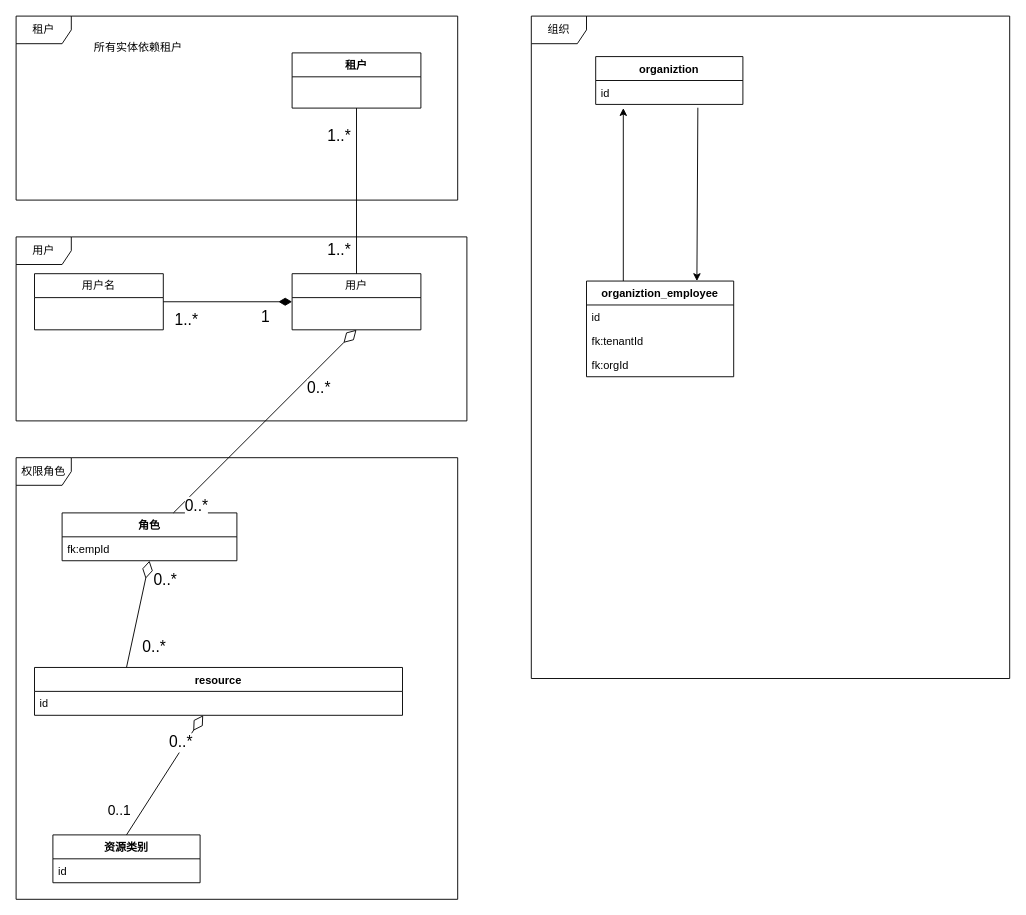
githubli97/ark keeps this draw.io diagram as 未命名绘图.drawio. Above is the earlier version. Source tidied: cells renumbered, new cells numbered last; positions are measured from the earlier drawing's top-left corner, leaving out a move shared by most shapes. Both pictures are drawn from the tidied source at 92%, with x=0, y=0 at pixel (16, 16).
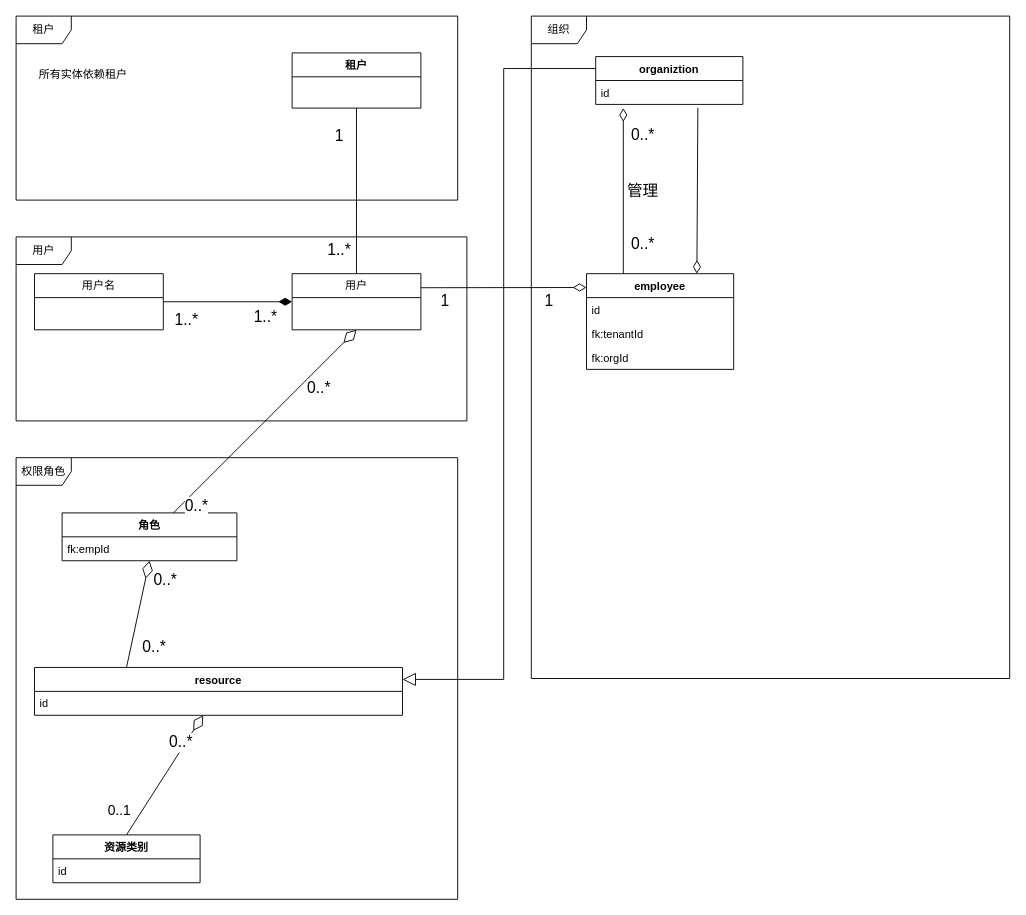
The same diagram, later.

The change refers to these unchanged cells:
```xml
<mxCell id="9" value="organiztion" style="swimlane;fontStyle=1;align=center;verticalAlign=top;horizontal=1;startSize=26;whiteSpace=wrap;html=1;" parent="1" vertex="1">
  <mxGeometry x="630" y="44" width="160" height="52" as="geometry" />
</mxCell>
<mxCell id="10" value="id" style="text;strokeColor=none;fillColor=none;align=left;verticalAlign=top;spacingLeft=4;spacingRight=4;overflow=hidden;points=[[0,0.5],[1,0.5]];portConstraint=eastwest;whiteSpace=wrap;html=1;" parent="9" vertex="1">
  <mxGeometry y="26" width="160" height="26" as="geometry" />
</mxCell>
<mxCell id="16" style="rounded=0;jettySize=auto;html=1;exitX=0.5;exitY=0;exitDx=0;exitDy=0;endArrow=none;endFill=0;startArrow=none;startFill=0;strokeWidth=1;targetPerimeterSpacing=0;endSize=12;startSize=12;entryX=0.5;entryY=1;entryDx=0;entryDy=0;" parent="1" edge="1" source="22" target="7">
  <mxGeometry relative="1" as="geometry" />
</mxCell>
<mxCell id="19" style="rounded=0;jettySize=auto;html=1;exitX=0;exitY=0.5;exitDx=0;exitDy=0;entryX=1;entryY=0.5;entryDx=0;entryDy=0;startArrow=diamondThin;startFill=1;endSize=12;startSize=12;endArrow=none;endFill=0;" parent="1" edge="1" source="22" target="15">
  <mxGeometry relative="1" as="geometry" />
</mxCell>
<mxCell id="22" value="用户" style="swimlane;fontStyle=0;horizontal=1;startSize=26;fillColor=none;whiteSpace=wrap;html=1;" parent="1" vertex="1">
  <mxGeometry x="300" y="280" width="140" height="61" as="geometry" />
</mxCell>
<mxCell id="28" value="resource" style="swimlane;fontStyle=1;align=center;verticalAlign=top;horizontal=1;startSize=26;whiteSpace=wrap;html=1;" parent="1" vertex="1">
  <mxGeometry x="20" y="708" width="400" height="52" as="geometry" />
</mxCell>
```

What changed in the source:
```diff
@@
-    <mxCell id="2" style="rounded=0;jettySize=auto;html=1;exitX=0.25;exitY=0;exitDx=0;exitDy=0;" parent="1" edge="1" source="3">
+    <mxCell id="2" style="rounded=0;jettySize=auto;html=1;exitX=0.25;exitY=0;exitDx=0;exitDy=0;endArrow=diamondThin;endFill=0;endSize=12;" parent="1" edge="1" source="3">
       <mxGeometry relative="1" as="geometry">
         <mxPoint x="660" y="100" as="targetPoint" />
       </mxGeometry>
     </mxCell>
+    <mxCell id="39" value="&lt;span style=&quot;font-size: 17px;&quot;&gt;管理&lt;/span&gt;" style="edgeLabel;html=1;align=center;verticalAlign=middle;" parent="2" vertex="1">
+      <mxGeometry x="0.31" y="-3" relative="1" as="geometry">
+        <mxPoint x="17" y="28" as="offset" />
+      </mxGeometry>
+    </mxCell>
+    <mxCell id="40" value="&lt;font style=&quot;font-size: 17px;&quot;&gt;0..*&lt;/font&gt;" style="edgeLabel;html=1;align=center;verticalAlign=middle;" parent="2" vertex="1">
+      <mxGeometry x="0.68" y="-1" relative="1" as="geometry">
+        <mxPoint x="19" as="offset" />
+      </mxGeometry>
+    </mxCell>
+    <mxCell id="41" value="&lt;font style=&quot;font-size: 17px;&quot;&gt;0..*&lt;/font&gt;" style="edgeLabel;html=1;align=center;verticalAlign=middle;" parent="2" vertex="1">
+      <mxGeometry x="-0.64" y="-5" relative="1" as="geometry">
+        <mxPoint x="15" as="offset" />
+      </mxGeometry>
+    </mxCell>
-    <mxCell id="3" value="organiztion_employee" style="swimlane;fontStyle=1;align=center;verticalAlign=top;horizontal=1;startSize=26;whiteSpace=wrap;html=1;" parent="1" vertex="1">
-      <mxGeometry x="620" y="288" width="160" height="104" as="geometry" />
+    <mxCell id="3" value="employee" style="swimlane;fontStyle=1;align=center;verticalAlign=top;horizontal=1;startSize=26;whiteSpace=wrap;html=1;" parent="1" vertex="1">
+      <mxGeometry x="620" y="280" width="160" height="104" as="geometry" />
     </mxCell>
@@
-    <mxCell id="8" style="rounded=0;jettySize=auto;html=1;exitX=0.694;exitY=1.138;exitDx=0;exitDy=0;exitPerimeter=0;entryX=0.75;entryY=0;entryDx=0;entryDy=0;" parent="1" edge="1" source="10" target="3">
+    <mxCell id="8" style="rounded=0;jettySize=auto;html=1;exitX=0.694;exitY=1.138;exitDx=0;exitDy=0;exitPerimeter=0;entryX=0.75;entryY=0;entryDx=0;entryDy=0;endArrow=diamondThin;endFill=0;endSize=12;" parent="1" edge="1" source="10" target="3">
       <mxGeometry relative="1" as="geometry" />
     </mxCell>
+    <mxCell id="42" style="rounded=0;jettySize=auto;html=1;exitX=0;exitY=0.25;exitDx=0;exitDy=0;entryX=1;entryY=0.25;entryDx=0;entryDy=0;endArrow=block;endFill=0;endSize=12;edgeStyle=orthogonalEdgeStyle;" parent="1" edge="1" source="9" target="28">
+      <mxGeometry relative="1" as="geometry" />
+    </mxCell>
@@
     <mxCell id="13" value="&lt;h1&gt;&lt;span style=&quot;background-color: initial; font-size: 12px; font-weight: normal;&quot;&gt;所有实体依赖租户&lt;/span&gt;&lt;br&gt;&lt;/h1&gt;" style="text;html=1;strokeColor=none;fillColor=none;spacing=5;spacingTop=-20;whiteSpace=wrap;overflow=hidden;rounded=0;" parent="1" vertex="1">
-      <mxGeometry x="80" y="10" width="190" height="120" as="geometry" />
+      <mxGeometry x="20" y="40" width="190" height="120" as="geometry" />
     </mxCell>
@@
-    <mxCell id="17" value="&lt;font style=&quot;font-size: 17px;&quot;&gt;1..*&lt;/font&gt;" style="edgeLabel;html=1;align=center;verticalAlign=middle;" parent="16" vertex="1">
+    <mxCell id="17" value="&lt;font style=&quot;font-size: 17px;&quot;&gt;1&lt;/font&gt;" style="edgeLabel;html=1;align=center;verticalAlign=middle;" parent="16" vertex="1">
       <mxGeometry x="0.74" y="3" relative="1" as="geometry">
         <mxPoint x="-17" y="7" as="offset" />
       </mxGeometry>
     </mxCell>
@@
-    <mxCell id="20" value="&lt;font style=&quot;font-size: 17px;&quot;&gt;1&lt;/font&gt;" style="edgeLabel;html=1;align=center;verticalAlign=middle;" parent="19" vertex="1">
+    <mxCell id="20" value="&lt;font style=&quot;font-size: 17px;&quot;&gt;1..*&lt;/font&gt;" style="edgeLabel;html=1;align=center;verticalAlign=middle;" parent="19" vertex="1">
       <mxGeometry x="-0.64" y="-2" relative="1" as="geometry">
         <mxPoint x="-5" y="19" as="offset" />
       </mxGeometry>
     </mxCell>
@@
+    <mxCell id="43" style="rounded=0;jettySize=auto;html=1;exitX=1;exitY=0.25;exitDx=0;exitDy=0;endArrow=diamondThin;endFill=0;endSize=12;" parent="1" edge="1" source="22">
+      <mxGeometry relative="1" as="geometry">
+        <mxPoint x="620" y="295" as="targetPoint" />
+      </mxGeometry>
+    </mxCell>
+    <mxCell id="44" value="&lt;font style=&quot;font-size: 17px;&quot;&gt;1&lt;/font&gt;" style="edgeLabel;html=1;align=center;verticalAlign=middle;" parent="43" vertex="1">
+      <mxGeometry x="-0.7" y="-4" relative="1" as="geometry">
+        <mxPoint x="-2" y="11" as="offset" />
+      </mxGeometry>
+    </mxCell>
+    <mxCell id="45" value="&lt;font style=&quot;font-size: 17px;&quot;&gt;1&lt;/font&gt;" style="edgeLabel;html=1;align=center;verticalAlign=middle;" parent="43" vertex="1">
+      <mxGeometry x="0.54" y="1" relative="1" as="geometry">
+        <mxPoint y="16" as="offset" />
+      </mxGeometry>
+    </mxCell>
```
